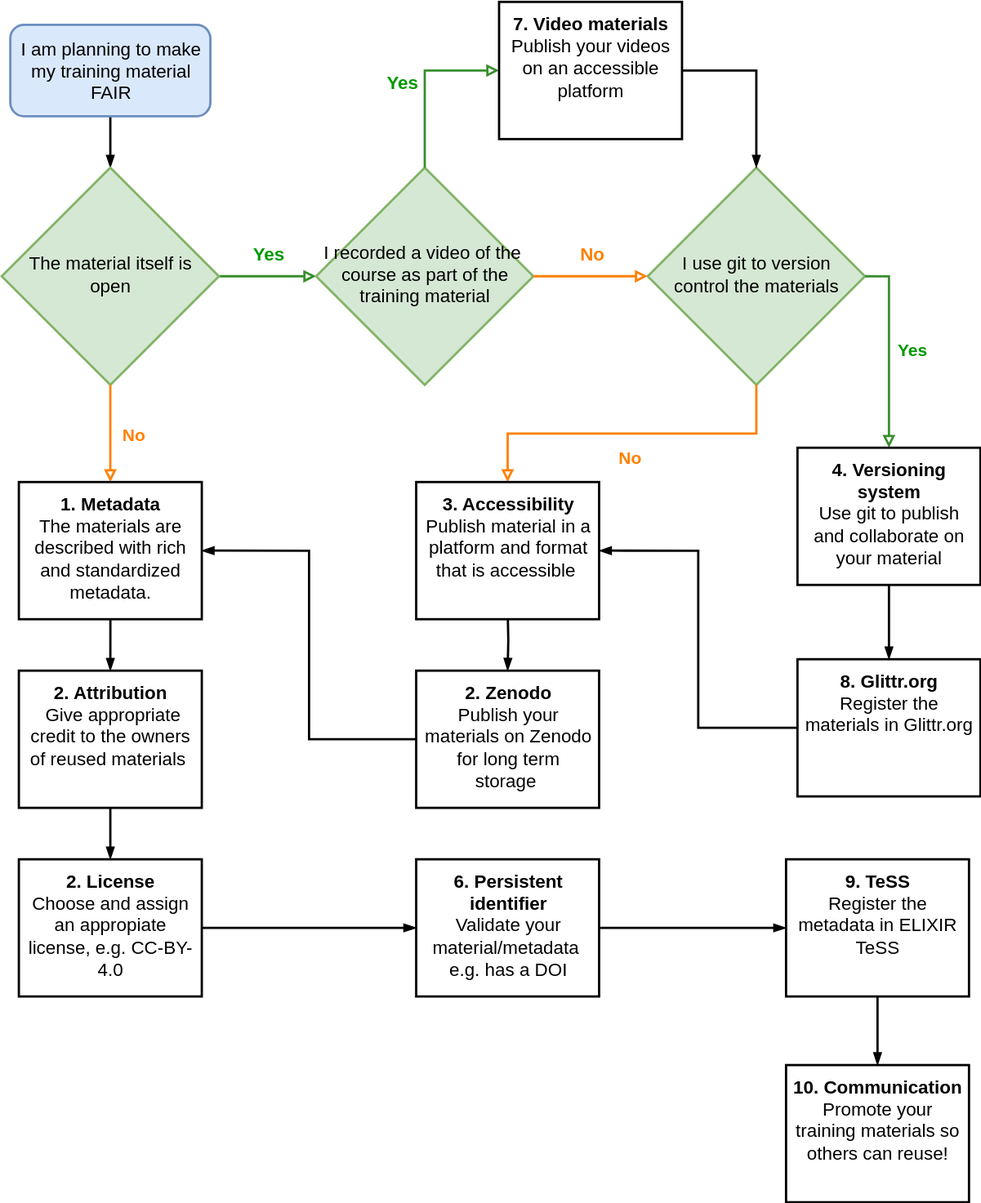
Above: FAIR_training_flowchart.drawio.svg in sib-swiss/FAIR-training-flowchart (draw.io), before the change. Source tidied: cells renumbered, new cells last; positions are measured from the earlier drawing's top-left corner, leaving out a move shared by most shapes.
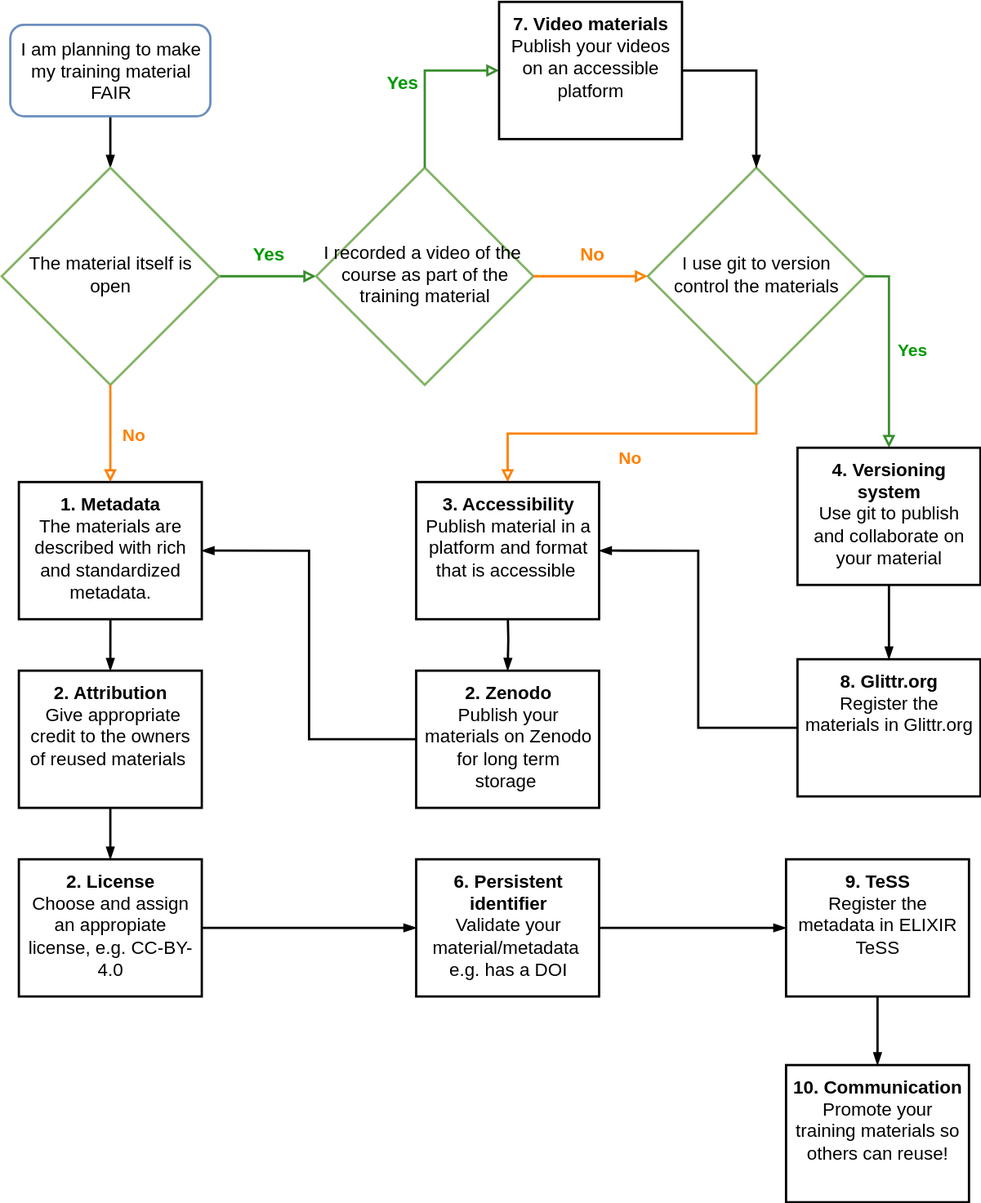
The same diagram one commit later.

Diff of the diagram source:
```diff
@@ -5,19 +5,19 @@
     <mxCell id="2" style="rounded=0;html=1;jettySize=auto;fontSize=16;endArrow=blockThin;endFill=1;strokeWidth=2;shadow=0;labelBackgroundColor=none;edgeStyle=orthogonalEdgeStyle;curved=0;entryX=0.5;entryY=0;entryDx=0;entryDy=0;" parent="1" edge="1" source="3" target="11">
       <mxGeometry relative="1" as="geometry" />
     </mxCell>
-    <mxCell id="3" value="&lt;p align=&quot;center&quot;&gt;I am planning to make my training&amp;nbsp;material FAIR&lt;/p&gt;" style="rounded=1;whiteSpace=wrap;html=1;fontSize=16;glass=0;strokeWidth=2;shadow=0;fillColor=#dae8fc;strokeColor=#6c8ebf;align=center;" parent="1" vertex="1">
+    <mxCell id="3" value="&lt;p align=&quot;center&quot;&gt;I am planning to make my training&amp;nbsp;material FAIR&lt;/p&gt;" style="rounded=1;whiteSpace=wrap;html=1;fontSize=16;glass=0;strokeWidth=2;shadow=0;fillColor=none;strokeColor=#6c8ebf;align=center;" parent="1" vertex="1">
       <mxGeometry x="7.5" y="20" width="175" height="80" as="geometry" />
     </mxCell>
     <mxCell id="4" value="&lt;font color=&quot;#009900&quot;&gt;&lt;b&gt;Yes&lt;/b&gt;&lt;/font&gt;" style="rounded=0;html=1;jettySize=auto;fontSize=16;endArrow=block;endFill=0;endSize=6;strokeWidth=2;shadow=0;labelBackgroundColor=none;edgeStyle=orthogonalEdgeStyle;strokeColor=#398e2e;entryX=0;entryY=0.5;entryDx=0;entryDy=0;exitX=1;exitY=0.5;exitDx=0;exitDy=0;" parent="1" edge="1" source="11" target="5">
       <mxGeometry x="0.01" y="20" relative="1" as="geometry" />
     </mxCell>
-    <mxCell id="5" value="I recorded a video of the&amp;nbsp;&lt;div&gt;course as part of the training material&lt;/div&gt;" style="rhombus;whiteSpace=wrap;html=1;shadow=0;fontFamily=Helvetica;fontSize=16;align=center;strokeWidth=2;spacing=6;spacingTop=-4;fillColor=#d5e8d4;strokeColor=#82b366;" parent="1" vertex="1">
+    <mxCell id="5" value="I recorded a video of the&amp;nbsp;&lt;div&gt;course as part of the training material&lt;/div&gt;" style="rhombus;whiteSpace=wrap;html=1;shadow=0;fontFamily=Helvetica;fontSize=16;align=center;strokeWidth=2;spacing=6;spacingTop=-4;fillColor=none;strokeColor=#82b366;" parent="1" vertex="1">
       <mxGeometry x="275" y="145" width="190" height="190" as="geometry" />
     </mxCell>
     <mxCell id="6" value="&lt;font color=&quot;#009900&quot;&gt;&lt;b&gt;Yes&lt;/b&gt;&lt;/font&gt;" style="rounded=0;html=1;jettySize=auto;fontSize=16;endArrow=block;endFill=0;endSize=6;strokeWidth=2;shadow=0;labelBackgroundColor=none;edgeStyle=orthogonalEdgeStyle;strokeColor=#398e2e;exitX=0.5;exitY=0;exitDx=0;exitDy=0;entryX=0;entryY=0.5;entryDx=0;entryDy=0;" parent="1" edge="1" source="5" target="21">
       <mxGeometry y="20" relative="1" as="geometry" />
     </mxCell>
-    <mxCell id="7" value="I use git to version control the materials" style="rhombus;whiteSpace=wrap;html=1;shadow=0;fontFamily=Helvetica;fontSize=16;align=center;strokeWidth=2;spacing=6;spacingTop=-4;fillColor=#d5e8d4;strokeColor=#82b366;" parent="1" vertex="1">
+    <mxCell id="7" value="I use git to version control the materials" style="rhombus;whiteSpace=wrap;html=1;shadow=0;fontFamily=Helvetica;fontSize=16;align=center;strokeWidth=2;spacing=6;spacingTop=-4;fillColor=none;strokeColor=#82b366;" parent="1" vertex="1">
       <mxGeometry x="565" y="145" width="190" height="190" as="geometry" />
     </mxCell>
     <mxCell id="8" value="&lt;font color=&quot;#009900&quot;&gt;&lt;b&gt;Yes&lt;/b&gt;&lt;/font&gt;" style="rounded=0;html=1;jettySize=auto;fontSize=15;endArrow=block;endFill=0;endSize=6;strokeWidth=2;shadow=0;labelBackgroundColor=none;edgeStyle=orthogonalEdgeStyle;strokeColor=#398e2e;entryX=0.5;entryY=0;entryDx=0;entryDy=0;exitX=1;exitY=0.5;exitDx=0;exitDy=0;" parent="1" edge="1" source="7" target="22">
@@ -29,7 +29,7 @@
     <mxCell id="10" style="edgeStyle=orthogonalEdgeStyle;rounded=0;jettySize=auto;html=1;strokeWidth=2;exitX=0.5;exitY=1;exitDx=0;exitDy=0;fontSize=15;curved=0;endArrow=blockThin;endFill=1;entryX=0.5;entryY=0;entryDx=0;entryDy=0;" parent="1" edge="1" source="22" target="23">
       <mxGeometry relative="1" as="geometry" />
     </mxCell>
-    <mxCell id="11" value="The material itself is open" style="rhombus;whiteSpace=wrap;html=1;shadow=0;fontFamily=Helvetica;fontSize=16;align=center;strokeWidth=2;spacing=6;spacingTop=-4;fillColor=#d5e8d4;strokeColor=#82b366;" parent="1" vertex="1">
+    <mxCell id="11" value="The material itself is open" style="rhombus;whiteSpace=wrap;html=1;shadow=0;fontFamily=Helvetica;fontSize=16;align=center;strokeWidth=2;spacing=6;spacingTop=-4;fillColor=none;strokeColor=#82b366;" parent="1" vertex="1">
       <mxGeometry y="145" width="190" height="190" as="geometry" />
     </mxCell>
     <mxCell id="12" value="&lt;b&gt;&lt;font color=&quot;#ff8000&quot;&gt;No&lt;/font&gt;&lt;/b&gt;" style="rounded=0;html=1;jettySize=auto;fontSize=15;endArrow=block;endFill=0;endSize=6;strokeWidth=2;shadow=0;labelBackgroundColor=none;edgeStyle=orthogonalEdgeStyle;strokeColor=#FF8000;exitX=0.5;exitY=1;exitDx=0;exitDy=0;entryX=0.5;entryY=0;entryDx=0;entryDy=0;" parent="1" edge="1" source="11" target="20">
```
